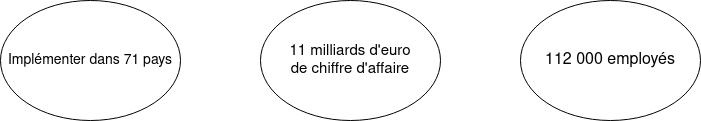
Earlier version of the draw.io export assets/img/chiffres-cles.png (AlexisAoun/rapport-stage). Source tidied: cells renumbered, new cells last; positions are measured from the earlier drawing's top-left corner, leaving out a move shared by most shapes.
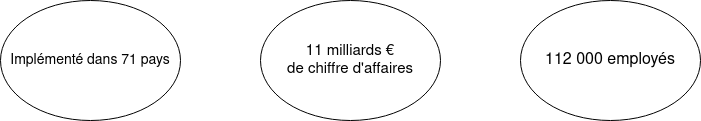
The same file after the commit.

What changed in the source:
```diff
@@ -2,10 +2,10 @@
   <root>
     <mxCell id="0" />
     <mxCell id="1" parent="0" />
-    <mxCell id="2" value="&lt;font style=&quot;font-size: 14px;&quot;&gt;Implémenter dans 71 pays&lt;/font&gt;" style="ellipse;whiteSpace=wrap;html=1;" parent="1" vertex="1">
+    <mxCell id="2" value="&lt;font style=&quot;font-size: 14px;&quot;&gt;Implémenté dans 71 pays&lt;/font&gt;" style="ellipse;whiteSpace=wrap;html=1;" parent="1" vertex="1">
       <mxGeometry width="180" height="120" as="geometry" />
     </mxCell>
-    <mxCell id="3" value="&lt;div style=&quot;font-size: 15px;&quot;&gt;&lt;font style=&quot;font-size: 15px;&quot;&gt;11 milliards d'euro&lt;/font&gt;&lt;/div&gt;&lt;div style=&quot;font-size: 15px;&quot;&gt;&lt;font style=&quot;font-size: 15px;&quot;&gt;de chiffre d'affaire&lt;br&gt;&lt;/font&gt;&lt;/div&gt;" style="ellipse;whiteSpace=wrap;html=1;" parent="1" vertex="1">
+    <mxCell id="3" value="&lt;div style=&quot;font-size: 15px;&quot;&gt;&lt;font style=&quot;font-size: 15px;&quot;&gt;11 milliards&lt;/font&gt; €&lt;/div&gt;&lt;div style=&quot;font-size: 15px;&quot;&gt;&lt;font style=&quot;font-size: 15px;&quot;&gt;de chiffre d'affaires&lt;br&gt;&lt;/font&gt;&lt;/div&gt;" style="ellipse;whiteSpace=wrap;html=1;" parent="1" vertex="1">
       <mxGeometry x="260" width="180" height="120" as="geometry" />
     </mxCell>
     <mxCell id="4" value="&lt;font style=&quot;font-size: 16px;&quot;&gt;112 000 employés&lt;/font&gt;" style="ellipse;whiteSpace=wrap;html=1;" parent="1" vertex="1">
```
